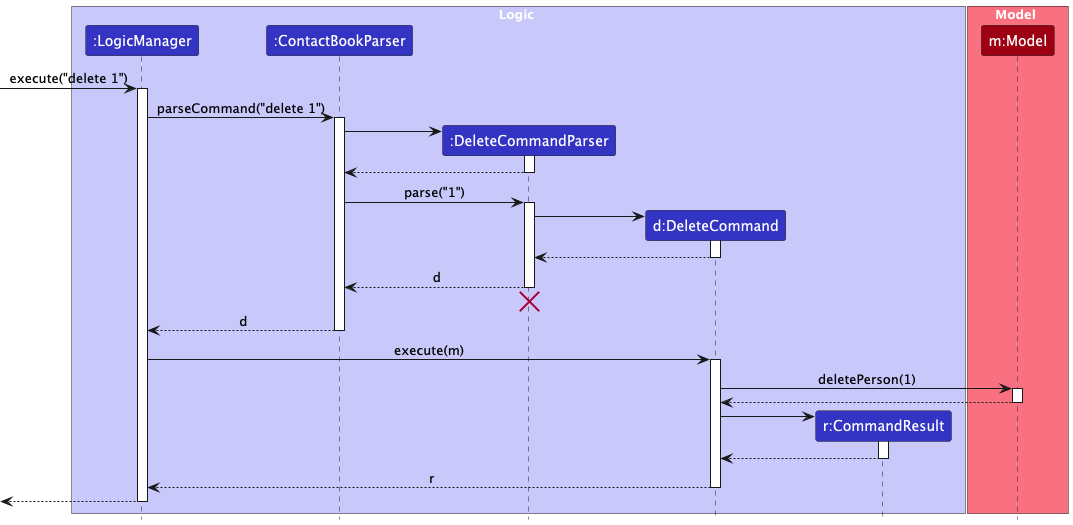
The PlantUML diagram images/DeleteSequenceDiagram.png in AY2526S1-CS2103T-W08-1/tp, before a commit.
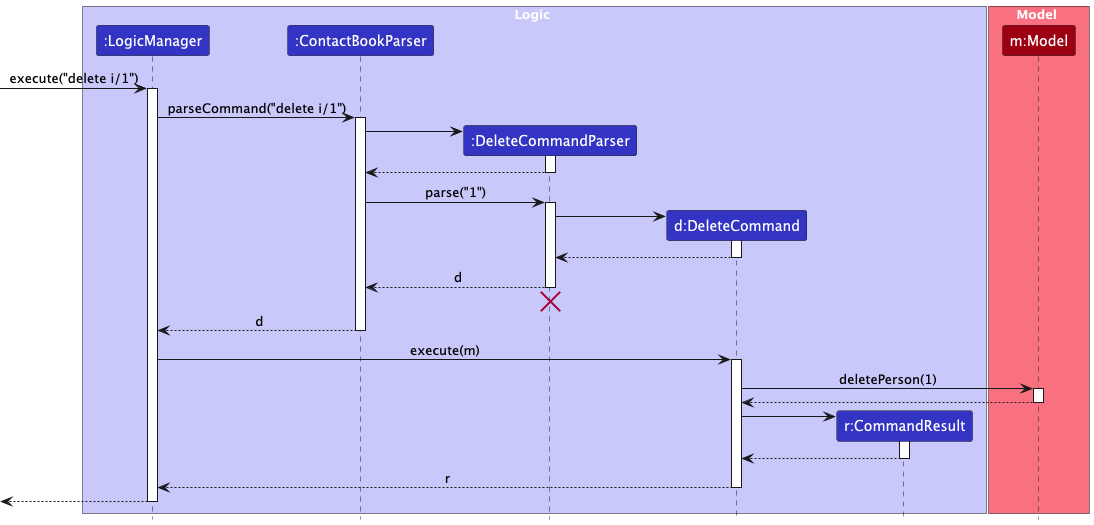
After the change.

What changed in the source:
```diff
@@ -14,10 +14,10 @@
 participant "m:Model" as Model MODEL_COLOR
 end box
 
-[-> LogicManager : execute("delete 1")
+[-> LogicManager : execute("delete i/1")
 activate LogicManager
 
-LogicManager -> ContactBookParser : parseCommand("delete 1")
+LogicManager -> ContactBookParser : parseCommand("delete i/1")
 activate ContactBookParser
 
 create DeleteCommandParser
```
